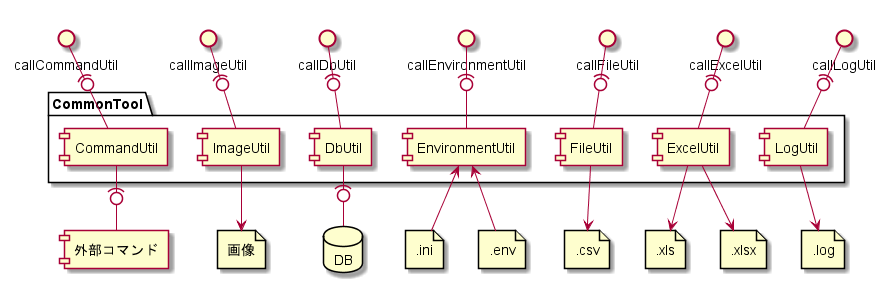
The PlantUML diagram doc/02_基本設計/img/コンポーネント図.png in hirorich/CommonTool, before a commit. Its diagram source:
```plantuml
@startuml img\コンポーネント図.png

package CommonTool {
  component CommandUtil
  component ImageUtil
  component DbUtil
  component EnvironmentUtil
  component FileUtil
  component ExcelUtil
  component LogUtil
}

database DB
component 外部コマンド

file ".xls" as xls
file ".xlsx" as xlsx
file ".log" as log
file ".csv" as csv
file ".ini" as ini
file ".env" as env
file 画像 as image

callCommandUtil -(0- CommandUtil
CommandUtil -(0- 外部コマンド

callImageUtil -(0- ImageUtil
ImageUtil --> image

callDbUtil -(0- DbUtil
DbUtil -(0- DB

callEnvironmentUtil -(0- EnvironmentUtil
EnvironmentUtil <-- ini
EnvironmentUtil <-- env

callFileUtil -(0- FileUtil
FileUtil --> csv

callExcelUtil -(0- ExcelUtil
ExcelUtil --> xls
ExcelUtil --> xlsx

callLogUtil -(0- LogUtil
LogUtil --> log

@enduml
```
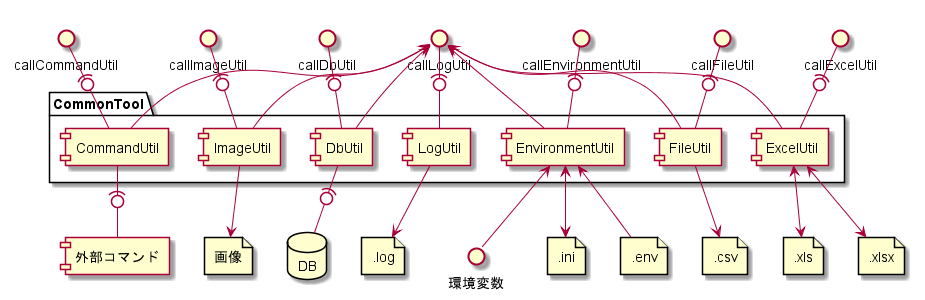
The same diagram one commit later.

Commit message:
一部呼び出し向きを調整

Change to the diagram source:
```diff
@@ -12,6 +12,7 @@
 
 database DB
 component 外部コマンド
+interface 環境変数
 
 file ".xls" as xls
 file ".xlsx" as xlsx
@@ -21,27 +22,34 @@
 file ".env" as env
 file 画像 as image
 
+callLogUtil -(0- LogUtil
+LogUtil --> log
+
 callCommandUtil -(0- CommandUtil
 CommandUtil -(0- 外部コマンド
+callLogUtil <-- CommandUtil
 
 callImageUtil -(0- ImageUtil
 ImageUtil --> image
+callLogUtil <-- ImageUtil
 
 callDbUtil -(0- DbUtil
 DbUtil -(0- DB
+callLogUtil <-- DbUtil
 
 callEnvironmentUtil -(0- EnvironmentUtil
-EnvironmentUtil <-- ini
+EnvironmentUtil <--> ini
 EnvironmentUtil <-- env
+EnvironmentUtil <-- 環境変数
+callLogUtil <-- EnvironmentUtil
 
 callFileUtil -(0- FileUtil
 FileUtil --> csv
+callLogUtil <-- FileUtil
 
 callExcelUtil -(0- ExcelUtil
-ExcelUtil --> xls
-ExcelUtil --> xlsx
-
-callLogUtil -(0- LogUtil
-LogUtil --> log
+ExcelUtil <--> xls
+ExcelUtil <--> xlsx
+callLogUtil <-- ExcelUtil
 
 @enduml
```
